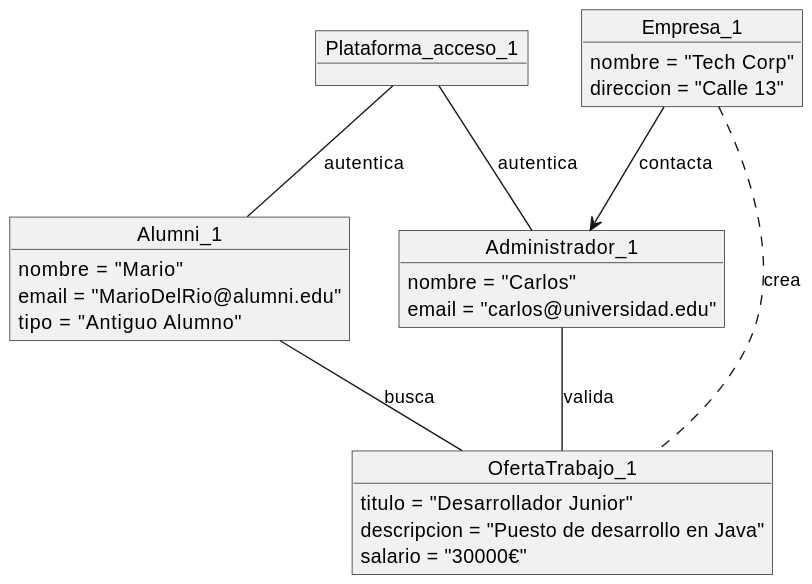
Before: modelosUML/ModeloDominio/svg/diagramaObjetos.svg, a diagram exported from PlantUML (mmasias/24-25-IdSw1-SDR).
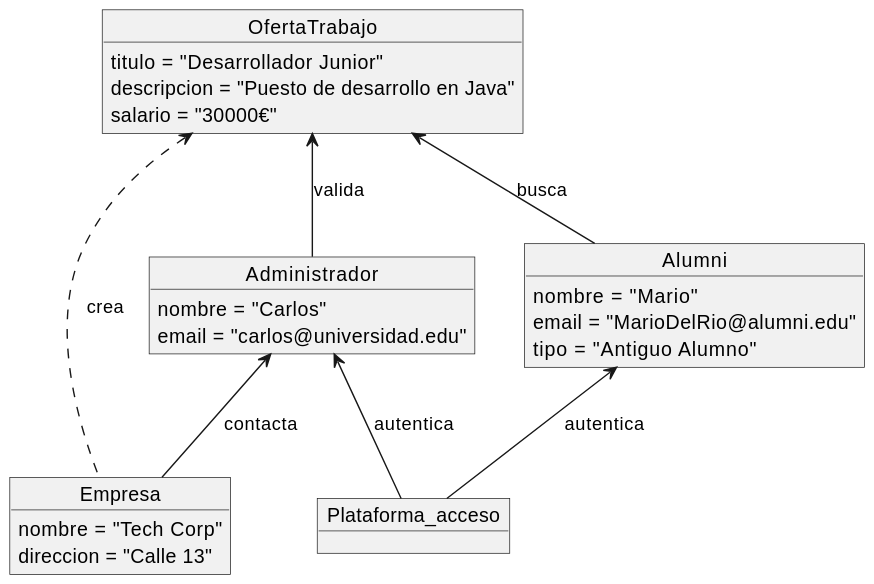
After the commit.

Commit message:
MdD Objetos Priorizar Oferta

Change to the diagram source:
```diff
@@ -1,33 +1,34 @@
 @startuml
-object Plataforma_acceso_1 {
+object OfertaTrabajo {
+    titulo = "Desarrollador Junior"
+    descripcion = "Puesto de desarrollo en Java"
+    salario = "30000€"
 }
 
-object Administrador_1 {
+object Administrador {
     nombre = "Carlos"
     email = "carlos@universidad.edu"
 }
 
-object Alumni_1 {
+object Alumni {
     nombre = "Mario"
     email = "MarioDelRio@alumni.edu"
     tipo = "Antiguo Alumno"
 }
 
-object Empresa_1 {
+object Empresa {
     nombre = "Tech Corp"
     direccion = "Calle 13"
 }
 
-object OfertaTrabajo_1 {
-    titulo = "Desarrollador Junior"
-    descripcion = "Puesto de desarrollo en Java"
-    salario = "30000€"
+object Plataforma_acceso {
 }
 
-Plataforma_acceso_1 -- Alumni_1 : autentica
-Plataforma_acceso_1 -- Administrador_1 : autentica
-Empresa_1 .. OfertaTrabajo_1 : crea
-Administrador_1 -- OfertaTrabajo_1 : valida
-Alumni_1 -- OfertaTrabajo_1 : busca
-Empresa_1 --> Administrador_1 : contacta
+
+OfertaTrabajo <-- Alumni : busca
+OfertaTrabajo <--  Administrador: valida
+OfertaTrabajo <.. Empresa : crea
+Alumni <-- Plataforma_acceso : autentica
+Administrador <-- Plataforma_acceso : autentica
+Administrador <-- Empresa : contacta
 @enduml
```
